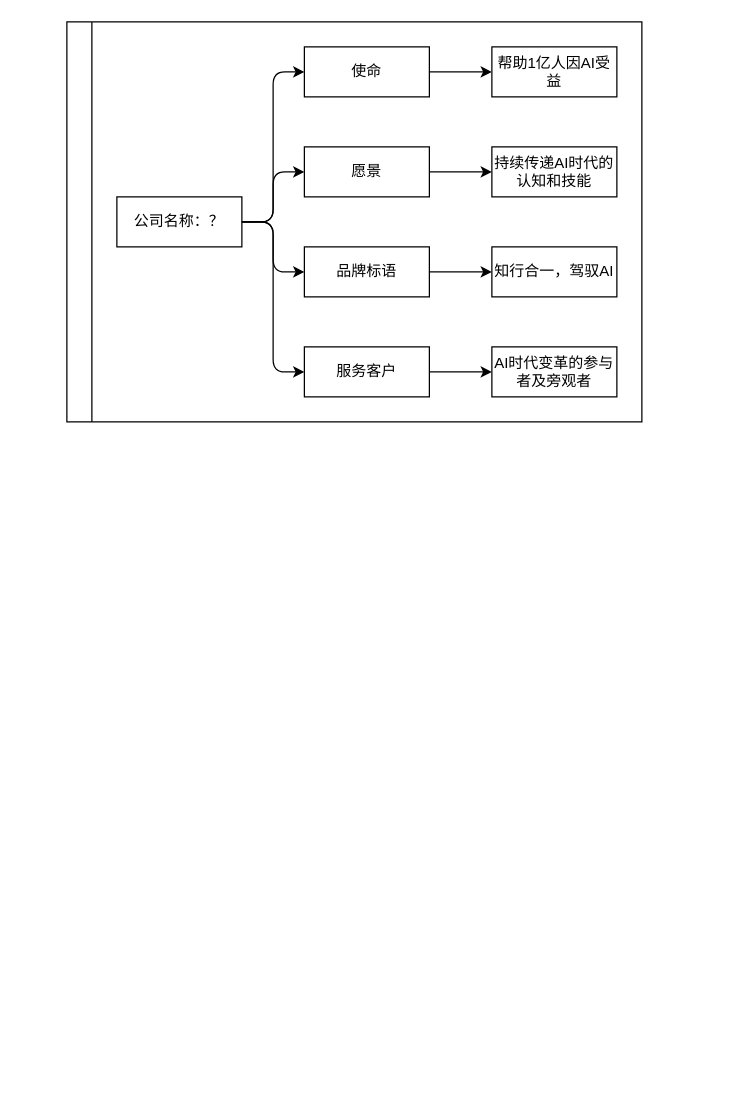
Before: test.drawio in lw309637554/xiaohongshu, a draw.io diagram. Source tidied: cells renumbered, new cells numbered last; positions are measured from the earlier drawing's top-left corner, leaving out a move shared by most shapes. Both pictures are drawn from the tidied source at 125%, with x=0, y=0 at pixel (66, 21).
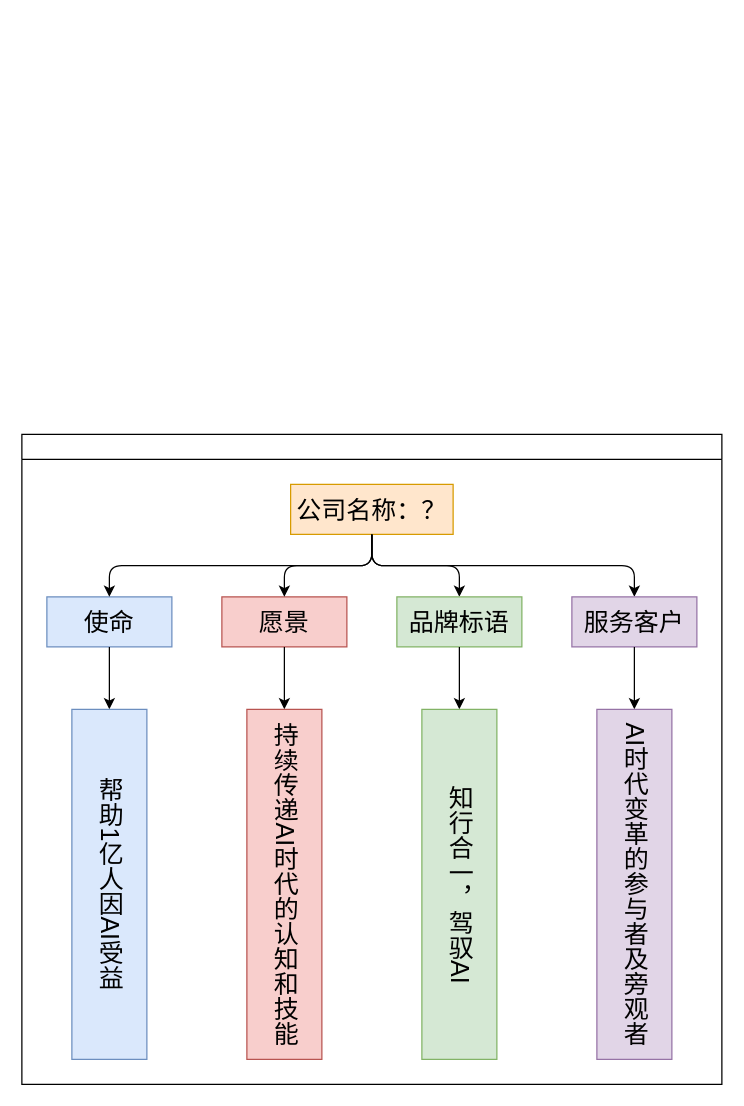
Above is the later version.

Change to the diagram source:
```diff
@@
 <mxGraphModel>
   <root>
     <mxCell id="0" />
     <mxCell id="1" parent="0" />
-    <mxCell id="2" style="swimlane;startSize=20;horizontal=0;horizontalTree=1;sortEdges=1;containerType=tree;fontSize=12;" parent="1" vertex="1">
-      <mxGeometry width="460" height="320" as="geometry" />
-    </mxCell>
+    <mxCell id="20" style="swimlane;startSize=20;horizontal=1;horizontalTree=0;sortEdges=1;containerType=tree;fontSize=12;" parent="1" vertex="1">
+      <mxGeometry x="-36" y="330" width="560" height="520" as="geometry" />
+    </mxCell>
-    <mxCell id="3" value="公司名称：？" style="whiteSpace=wrap;html=1;" parent="2" vertex="1">
-      <mxGeometry x="40" y="140" width="100" height="40" as="geometry" />
+    <mxCell id="3" value="&lt;span style=&quot;font-size: 20px;&quot;&gt;公司名称：？&lt;/span&gt;" style="whiteSpace=wrap;html=1;fillColor=#ffe6cc;strokeColor=#d79b00;" parent="20" vertex="1">
+      <mxGeometry x="215" y="40" width="130" height="40" as="geometry" />
     </mxCell>
-    <mxCell id="4" value="使命" style="whiteSpace=wrap;html=1;" parent="2" vertex="1">
-      <mxGeometry x="190" y="20" width="100" height="40" as="geometry" />
+    <mxCell id="4" value="&lt;span style=&quot;font-size: 20px;&quot;&gt;使命&lt;/span&gt;" style="whiteSpace=wrap;html=1;fillColor=#dae8fc;strokeColor=#6c8ebf;" parent="20" vertex="1">
+      <mxGeometry x="20" y="130" width="100" height="40" as="geometry" />
     </mxCell>
-    <mxCell id="5" style="edgeStyle=elbowEdgeStyle;elbow=horizontal;html=1;rounded=1;curved=0;sourcePerimeterSpacing=0;targetPerimeterSpacing=0;startSize=6;endSize=6;" parent="2" edge="1" source="3" target="4">
+    <mxCell id="5" style="edgeStyle=elbowEdgeStyle;elbow=vertical;html=1;rounded=1;curved=0;sourcePerimeterSpacing=0;targetPerimeterSpacing=0;startSize=6;endSize=6;" parent="20" edge="1" source="3" target="4">
       <mxGeometry relative="1" as="geometry" />
     </mxCell>
-    <mxCell id="6" value="愿景" style="whiteSpace=wrap;html=1;" parent="2" vertex="1">
-      <mxGeometry x="190" y="100" width="100" height="40" as="geometry" />
+    <mxCell id="6" value="&lt;span style=&quot;font-size: 20px;&quot;&gt;愿景&lt;/span&gt;" style="whiteSpace=wrap;html=1;fillColor=#f8cecc;strokeColor=#b85450;" parent="20" vertex="1">
+      <mxGeometry x="160" y="130" width="100" height="40" as="geometry" />
     </mxCell>
-    <mxCell id="7" style="edgeStyle=elbowEdgeStyle;elbow=horizontal;html=1;rounded=1;curved=0;sourcePerimeterSpacing=0;targetPerimeterSpacing=0;startSize=6;endSize=6;" parent="2" edge="1" source="3" target="6">
+    <mxCell id="7" style="edgeStyle=elbowEdgeStyle;elbow=vertical;html=1;rounded=1;curved=0;sourcePerimeterSpacing=0;targetPerimeterSpacing=0;startSize=6;endSize=6;" parent="20" edge="1" source="3" target="6">
       <mxGeometry relative="1" as="geometry" />
     </mxCell>
+    <mxCell id="10" style="edgeStyle=elbowEdgeStyle;elbow=vertical;html=1;rounded=1;curved=0;sourcePerimeterSpacing=0;targetPerimeterSpacing=0;startSize=6;endSize=6;" parent="20" edge="1" source="3" target="11">
+      <mxGeometry relative="1" as="geometry" />
+    </mxCell>
+    <mxCell id="11" value="&lt;span style=&quot;font-size: 20px;&quot;&gt;品牌标语&lt;/span&gt;" style="whiteSpace=wrap;html=1;fillColor=#d5e8d4;strokeColor=#82b366;" parent="20" vertex="1">
+      <mxGeometry x="300" y="130" width="100" height="40" as="geometry" />
+    </mxCell>
+    <mxCell id="14" style="edgeStyle=elbowEdgeStyle;elbow=vertical;html=1;rounded=1;curved=0;sourcePerimeterSpacing=0;targetPerimeterSpacing=0;startSize=6;endSize=6;" parent="20" edge="1" source="3" target="15">
+      <mxGeometry relative="1" as="geometry" />
+    </mxCell>
+    <mxCell id="15" value="&lt;span style=&quot;font-size: 20px;&quot;&gt;服务客户&lt;/span&gt;" style="whiteSpace=wrap;html=1;fillColor=#e1d5e7;strokeColor=#9673a6;" parent="20" vertex="1">
+      <mxGeometry x="440" y="130" width="100" height="40" as="geometry" />
+    </mxCell>
-    <mxCell id="8" style="edgeStyle=elbowEdgeStyle;elbow=horizontal;html=1;rounded=1;curved=0;sourcePerimeterSpacing=0;targetPerimeterSpacing=0;startSize=6;endSize=6;" parent="2" edge="1" source="4" target="9">
+    <mxCell id="8" style="edgeStyle=elbowEdgeStyle;elbow=vertical;html=1;rounded=1;curved=0;sourcePerimeterSpacing=0;targetPerimeterSpacing=0;startSize=6;endSize=6;" parent="20" edge="1" source="4" target="9">
       <mxGeometry relative="1" as="geometry" />
     </mxCell>
-    <mxCell id="9" value="帮助1亿人因AI受益" style="whiteSpace=wrap;html=1;" parent="2" vertex="1">
-      <mxGeometry x="340" y="20" width="100" height="40" as="geometry" />
+    <mxCell id="9" value="&lt;span style=&quot;font-size: 20px;&quot;&gt;帮助1亿人因AI受益&lt;/span&gt;" style="whiteSpace=wrap;html=1;textDirection=vertical-lr;fillColor=#dae8fc;strokeColor=#6c8ebf;" parent="20" vertex="1">
+      <mxGeometry x="40" y="220" width="60" height="280" as="geometry" />
     </mxCell>
-    <mxCell id="10" style="edgeStyle=elbowEdgeStyle;elbow=horizontal;html=1;rounded=1;curved=0;sourcePerimeterSpacing=0;targetPerimeterSpacing=0;startSize=6;endSize=6;" parent="2" edge="1" source="3" target="11">
-      <mxGeometry relative="1" as="geometry" />
-    </mxCell>
-    <mxCell id="11" value="品牌标语" style="whiteSpace=wrap;html=1;" parent="2" vertex="1">
-      <mxGeometry x="190" y="180" width="100" height="40" as="geometry" />
-    </mxCell>
-    <mxCell id="12" style="edgeStyle=elbowEdgeStyle;elbow=horizontal;html=1;rounded=1;curved=0;sourcePerimeterSpacing=0;targetPerimeterSpacing=0;startSize=6;endSize=6;" parent="2" edge="1" source="6" target="13">
+    <mxCell id="12" style="edgeStyle=elbowEdgeStyle;elbow=vertical;html=1;rounded=1;curved=0;sourcePerimeterSpacing=0;targetPerimeterSpacing=0;startSize=6;endSize=6;" parent="20" edge="1" source="6" target="13">
       <mxGeometry relative="1" as="geometry" />
     </mxCell>
-    <mxCell id="13" value="持续传递AI时代的认知和技能" style="whiteSpace=wrap;html=1;" parent="2" vertex="1">
-      <mxGeometry x="340" y="100" width="100" height="40" as="geometry" />
+    <mxCell id="13" value="&lt;span style=&quot;font-size: 20px;&quot;&gt;持续传递AI时代的认知和技能&lt;/span&gt;" style="whiteSpace=wrap;html=1;textDirection=vertical-lr;fillColor=#f8cecc;strokeColor=#b85450;" parent="20" vertex="1">
+      <mxGeometry x="180" y="220" width="60" height="280" as="geometry" />
     </mxCell>
-    <mxCell id="14" style="edgeStyle=elbowEdgeStyle;elbow=horizontal;html=1;rounded=1;curved=0;sourcePerimeterSpacing=0;targetPerimeterSpacing=0;startSize=6;endSize=6;" parent="2" edge="1" source="3" target="15">
-      <mxGeometry relative="1" as="geometry" />
-    </mxCell>
-    <mxCell id="15" value="服务客户" style="whiteSpace=wrap;html=1;" parent="2" vertex="1">
-      <mxGeometry x="190" y="260" width="100" height="40" as="geometry" />
-    </mxCell>
+    <mxCell id="18" style="edgeStyle=elbowEdgeStyle;elbow=vertical;html=1;rounded=1;curved=0;sourcePerimeterSpacing=0;targetPerimeterSpacing=0;startSize=6;endSize=6;" parent="20" edge="1" source="11" target="19">
+      <mxGeometry relative="1" as="geometry" />
+    </mxCell>
+    <mxCell id="19" value="&lt;span style=&quot;font-size: 20px;&quot;&gt;知行合一，驾驭AI&lt;/span&gt;" style="whiteSpace=wrap;html=1;textDirection=vertical-lr;fillColor=#d5e8d4;strokeColor=#82b366;" parent="20" vertex="1">
+      <mxGeometry x="320" y="220" width="60" height="280" as="geometry" />
+    </mxCell>
-    <mxCell id="16" style="edgeStyle=elbowEdgeStyle;elbow=horizontal;html=1;rounded=1;curved=0;sourcePerimeterSpacing=0;targetPerimeterSpacing=0;startSize=6;endSize=6;" parent="2" edge="1" source="15" target="17">
+    <mxCell id="16" style="edgeStyle=elbowEdgeStyle;elbow=vertical;html=1;rounded=1;curved=0;sourcePerimeterSpacing=0;targetPerimeterSpacing=0;startSize=6;endSize=6;" parent="20" edge="1" source="15" target="17">
       <mxGeometry relative="1" as="geometry" />
     </mxCell>
-    <mxCell id="17" value="AI时代变革的参与者及旁观者" style="whiteSpace=wrap;html=1;" parent="2" vertex="1">
-      <mxGeometry x="340" y="260" width="100" height="40" as="geometry" />
+    <mxCell id="17" value="&lt;span style=&quot;font-size: 20px;&quot;&gt;AI时代变革的参与者及旁观者&lt;/span&gt;" style="whiteSpace=wrap;html=1;textDirection=vertical-lr;fillColor=#e1d5e7;strokeColor=#9673a6;" parent="20" vertex="1">
+      <mxGeometry x="460" y="220" width="60" height="280" as="geometry" />
     </mxCell>
-    <mxCell id="18" style="edgeStyle=elbowEdgeStyle;elbow=horizontal;html=1;rounded=1;curved=0;sourcePerimeterSpacing=0;targetPerimeterSpacing=0;startSize=6;endSize=6;" parent="2" edge="1" source="11" target="19">
-      <mxGeometry relative="1" as="geometry" />
-    </mxCell>
-    <mxCell id="19" value="知行合一，驾驭AI" style="whiteSpace=wrap;html=1;" parent="2" vertex="1">
-      <mxGeometry x="340" y="180" width="100" height="40" as="geometry" />
-    </mxCell>
   </root>
 </mxGraphModel>
```
